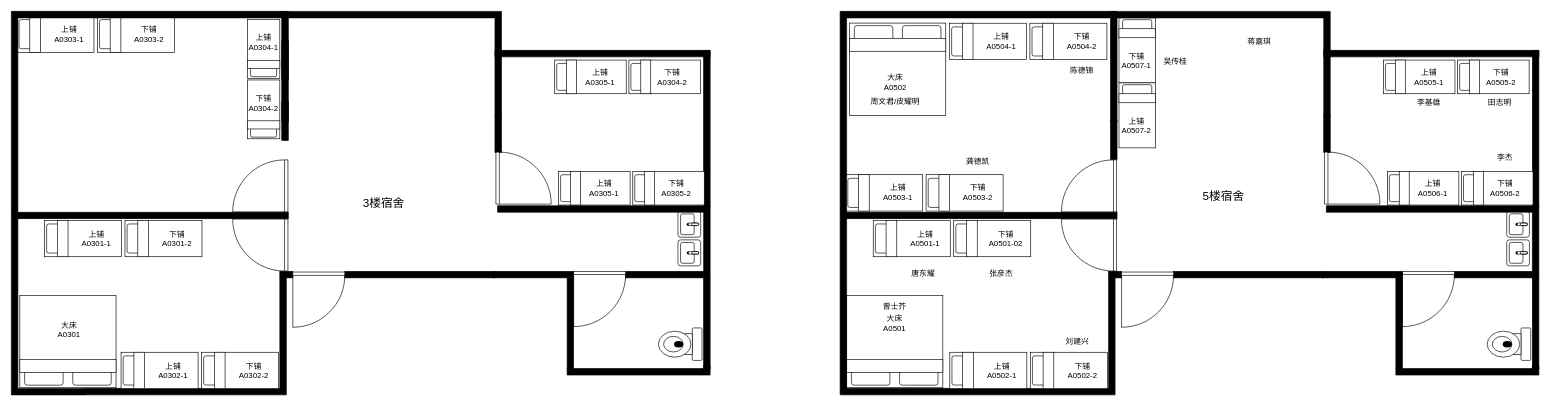
This is data/宿舍.drawio from chenyanxi/hosts, a draw.io file, before an edit. Source tidied: cells renumbered, new cells numbered last; positions are measured from the earlier drawing's top-left corner, leaving out a move shared by most shapes. Both pictures are drawn from the tidied source at 65%, with x=0, y=0 at pixel (11, -5).
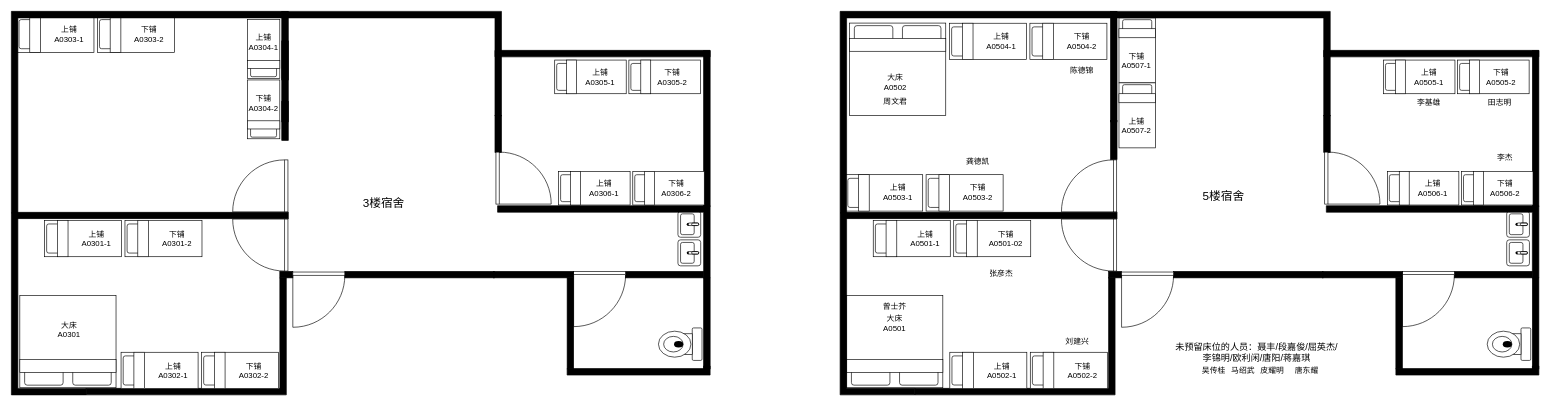
After the change.

What changed in the source:
```diff
@@
-    <mxCell id="95" value="下铺&lt;div&gt;A0304-2&lt;/div&gt;" style="text;html=1;align=center;verticalAlign=middle;whiteSpace=wrap;rounded=0;" parent="1" vertex="1">
+    <mxCell id="95" value="下铺&lt;div&gt;A0305-2&lt;/div&gt;" style="text;html=1;align=center;verticalAlign=middle;whiteSpace=wrap;rounded=0;" parent="1" vertex="1">
       <mxGeometry x="987" y="109.8" width="60" height="30" as="geometry" />
     </mxCell>
@@
-    <mxCell id="101" value="下铺&lt;div&gt;A0305-2&lt;/div&gt;" style="text;html=1;align=center;verticalAlign=middle;whiteSpace=wrap;rounded=0;" parent="1" vertex="1">
+    <mxCell id="101" value="下铺&lt;div&gt;A0306-2&lt;/div&gt;" style="text;html=1;align=center;verticalAlign=middle;whiteSpace=wrap;rounded=0;" parent="1" vertex="1">
       <mxGeometry x="993" y="281" width="60" height="30" as="geometry" />
     </mxCell>
@@
-    <mxCell id="103" value="上铺&lt;div&gt;A0305-1&lt;/div&gt;" style="text;html=1;align=center;verticalAlign=middle;whiteSpace=wrap;rounded=0;" parent="1" vertex="1">
+    <mxCell id="103" value="上铺&lt;div&gt;A0306-1&lt;/div&gt;" style="text;html=1;align=center;verticalAlign=middle;whiteSpace=wrap;rounded=0;" parent="1" vertex="1">
       <mxGeometry x="882" y="281" width="60" height="30" as="geometry" />
     </mxCell>
@@
-    <mxCell id="115" value="唐东耀" style="text;html=1;align=center;verticalAlign=middle;whiteSpace=wrap;rounded=0;" parent="1" vertex="1">
-      <mxGeometry x="1373" y="413" width="60" height="30" as="geometry" />
-    </mxCell>
@@
     <mxCell id="122" value="吴传桂" style="text;html=1;align=center;verticalAlign=middle;whiteSpace=wrap;rounded=0;" parent="1" vertex="1">
-      <mxGeometry x="1761" y="87.2" width="60" height="30" as="geometry" />
+      <mxGeometry x="1820" y="561.5" width="60" height="30" as="geometry" />
     </mxCell>
@@
-    <mxCell id="124" value="周文君/皮耀明" style="text;html=1;align=center;verticalAlign=middle;whiteSpace=wrap;rounded=0;" parent="1" vertex="1">
+    <mxCell id="124" value="周文君" style="text;html=1;align=center;verticalAlign=middle;whiteSpace=wrap;rounded=0;" parent="1" vertex="1">
       <mxGeometry x="1315" y="148.2" width="90" height="30" as="geometry" />
     </mxCell>
-    <mxCell id="125" value="蒋嘉琪" style="text;html=1;align=center;verticalAlign=middle;whiteSpace=wrap;rounded=0;" parent="1" vertex="1">
-      <mxGeometry x="1890" y="55.2" width="60" height="30" as="geometry" />
-    </mxCell>
@@
+    <mxCell id="127" value="&lt;font style=&quot;font-size: 14px;&quot;&gt;未预留床位的人员：聂丰/段嘉俊/屈英杰/李锦明/欧利闲/唐阳/蒋嘉琪&lt;/font&gt;" style="text;html=1;align=center;verticalAlign=middle;whiteSpace=wrap;rounded=0;" parent="1" vertex="1">
+      <mxGeometry x="1788" y="521.5" width="255.5" height="52.5" as="geometry" />
+    </mxCell>
+    <mxCell id="115" value="唐东耀" style="text;html=1;align=center;verticalAlign=middle;whiteSpace=wrap;rounded=0;" parent="1" vertex="1">
+      <mxGeometry x="1910" y="561.5" width="165.5" height="30" as="geometry" />
+    </mxCell>
+    <mxCell id="128" value="马绍武" style="text;html=1;align=center;verticalAlign=middle;whiteSpace=wrap;rounded=0;" parent="1" vertex="1">
+      <mxGeometry x="1864.5" y="561.5" width="60" height="30" as="geometry" />
+    </mxCell>
+    <mxCell id="129" value="皮耀明" style="text;html=1;align=center;verticalAlign=middle;whiteSpace=wrap;rounded=0;" parent="1" vertex="1">
+      <mxGeometry x="1910" y="561.5" width="60" height="30" as="geometry" />
+    </mxCell>
```
